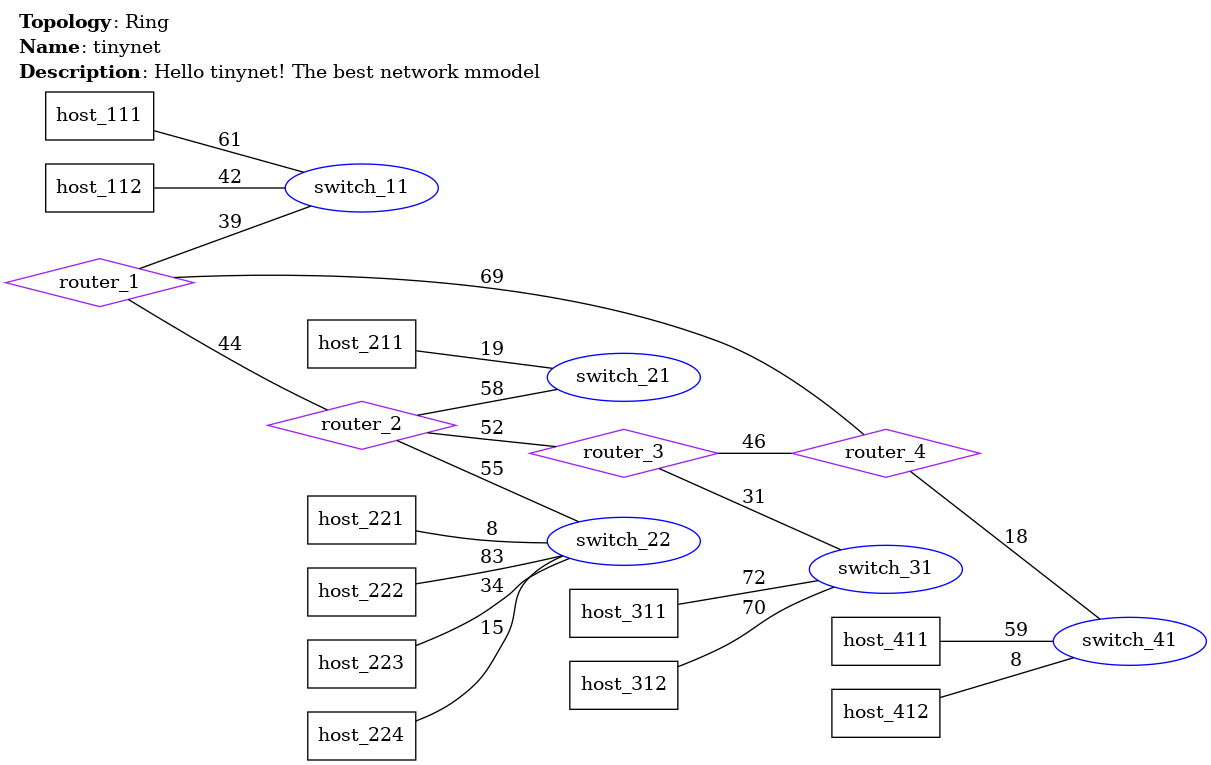
Earlier version of the Graphviz export conf/image/net.png (zpnst/tinynet). Its source is kept beside it as conf/data/net.dot.
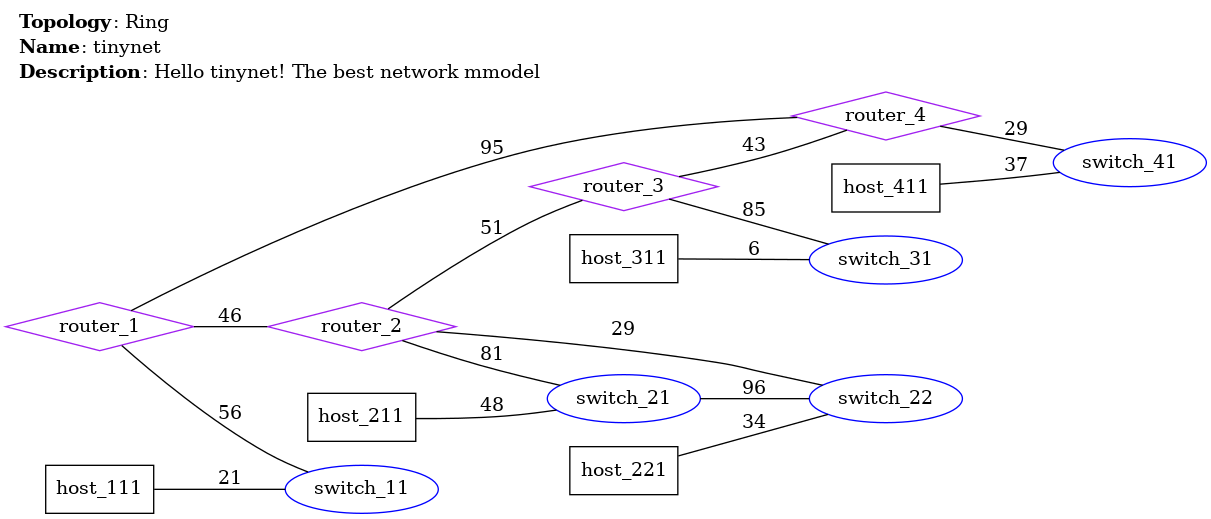
The same diagram one commit later.

Commit message:
fix topological model

The edit, as a diff of the source:
```diff
@@ -19,34 +19,23 @@
     "switch_31" [shape=ellipse, color=blue, label="switch_31"];
     "switch_41" [shape=ellipse, color=blue, label="switch_41"];
     "host_111" [shape=box, color=black, label="host_111"];
-    "host_112" [shape=box, color=black, label="host_112"];
     "host_211" [shape=box, color=black, label="host_211"];
     "host_221" [shape=box, color=black, label="host_221"];
-    "host_222" [shape=box, color=black, label="host_222"];
-    "host_223" [shape=box, color=black, label="host_223"];
-    "host_224" [shape=box, color=black, label="host_224"];
     "host_311" [shape=box, color=black, label="host_311"];
-    "host_312" [shape=box, color=black, label="host_312"];
     "host_411" [shape=box, color=black, label="host_411"];
-    "host_412" [shape=box, color=black, label="host_412"];
-    "router_1" -- "router_2" [label="44"];
-    "router_1" -- "router_4" [label="69"];
-    "router_1" -- "switch_11" [label="39"];
-    "router_2" -- "router_3" [label="52"];
-    "router_2" -- "switch_21" [label="58"];
-    "router_2" -- "switch_22" [label="55"];
-    "router_3" -- "router_4" [label="46"];
-    "router_3" -- "switch_31" [label="31"];
-    "router_4" -- "switch_41" [label="18"];
-    "host_111" -- "switch_11" [label="61"];
-    "host_112" -- "switch_11" [label="42"];
-    "host_211" -- "switch_21" [label="19"];
-    "host_221" -- "switch_22" [label="8"];
-    "host_222" -- "switch_22" [label="83"];
-    "host_223" -- "switch_22" [label="34"];
-    "host_224" -- "switch_22" [label="15"];
-    "host_311" -- "switch_31" [label="72"];
-    "host_312" -- "switch_31" [label="70"];
-    "host_411" -- "switch_41" [label="59"];
-    "host_412" -- "switch_41" [label="8"];
+    "router_1" -- "router_2" [label="46"];
+    "router_1" -- "router_4" [label="95"];
+    "router_1" -- "switch_11" [label="56"];
+    "router_2" -- "router_3" [label="51"];
+    "router_2" -- "switch_21" [label="81"];
+    "router_2" -- "switch_22" [label="29"];
+    "router_3" -- "router_4" [label="43"];
+    "router_3" -- "switch_31" [label="85"];
+    "router_4" -- "switch_41" [label="29"];
+    "switch_21" -- "switch_22" [label="96"];
+    "host_111" -- "switch_11" [label="21"];
+    "host_211" -- "switch_21" [label="48"];
+    "host_221" -- "switch_22" [label="34"];
+    "host_311" -- "switch_31" [label="6"];
+    "host_411" -- "switch_41" [label="37"];
 }
```
